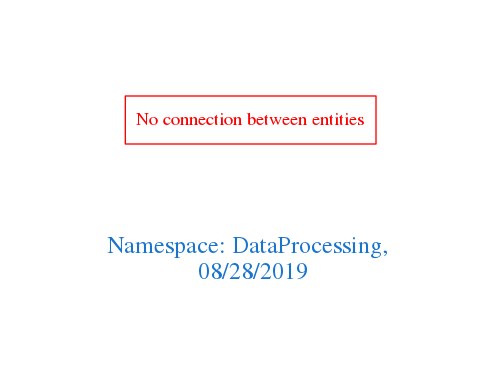
arago/OGIT keeps this Graphviz diagram as downloads/DataProcessing.png. Above is the earlier version. Its source is kept beside it as downloads/DataProcessing.dot.
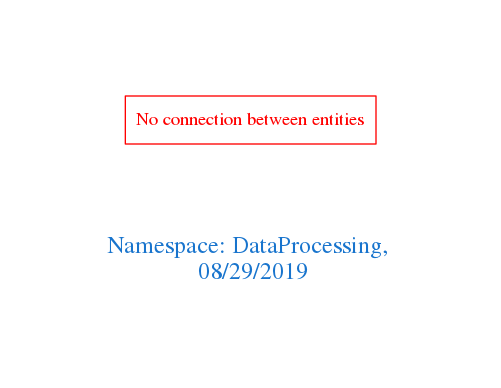
The same file after the commit.

Change to the diagram source:
```diff
@@ -1,7 +1,7 @@
 digraph OGIT_ontology {
  graph [ rankdir= LR,pad=1
 fontsize = 18,
-fontcolor= dodgerblue3,label = "\n\n\nNamespace: DataProcessing, \n 08/28/2019"];
+fontcolor= dodgerblue3,label = "\n\n\nNamespace: DataProcessing, \n 08/29/2019"];
 node[shape=polygon];
 edge [  color="gray81"];
 
```
